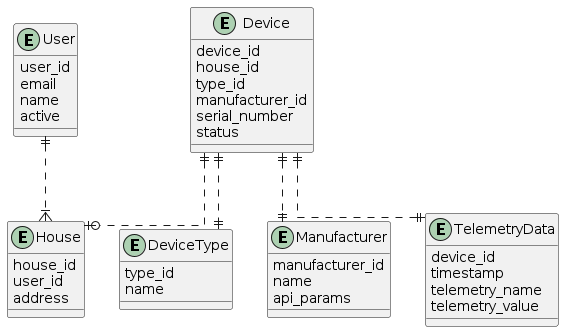
This is docs/er.png from TheDonrad/yap-architecture-sprint-3, a PlantUML export, as it was before one commit. Source of this version:
```plantuml
@startuml

skinparam linetype ortho

entity "User" as User {
  user_id
  email
  name
  active
}

entity "House" as House {
  house_id
  user_id
  address
}

entity "Device" as Device {
  device_id
  house_id
  type_id
  manufacturer_id
  serial_number
  status
}

entity "DeviceType" as DeviceType {
  type_id
  name
}


entity "Manufacturer" as Manufacturer {
  manufacturer_id
  name
  api_params
}


entity "TelemetryData" as TelemetryData {
  device_id
  timestamp
  telemetry_name
  telemetry_value
}

User ||..|{ House
Device ||..o| House
Device ||..|| DeviceType
Device ||..|| TelemetryData
Device ||..|| Manufacturer

@enduml
```
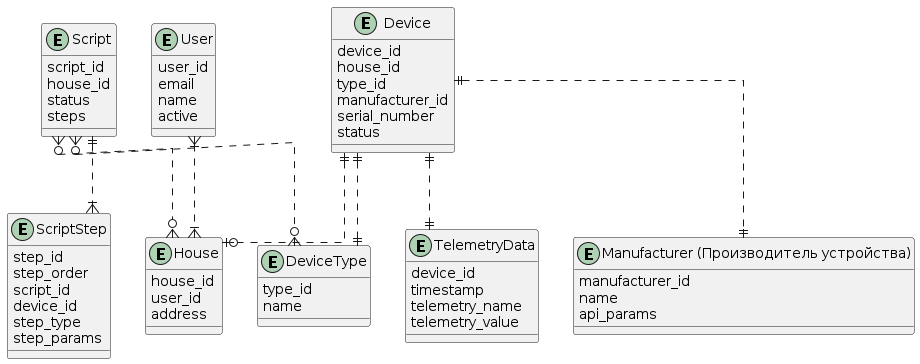
Later version of the same file.

The edit, as a diff of the source:
```diff
@@ -24,18 +24,33 @@
   status
 }
 
+
+entity "Script" as Script {
+  script_id
+  house_id
+  status
+  steps
+}
+
+entity "ScriptStep" as ScriptStep {
+  step_id
+  step_order
+  script_id
+  device_id
+  step_type
+  step_params
+}
+
 entity "DeviceType" as DeviceType {
   type_id
   name
 }
 
-
-entity "Manufacturer" as Manufacturer {
+entity "Manufacturer (Производитель устройства)" as Manufacturer {
   manufacturer_id
   name
   api_params
 }
-
 
 entity "TelemetryData" as TelemetryData {
   device_id
@@ -44,10 +59,13 @@
   telemetry_value
 }
 
-User ||..|{ House
+User }|..|{ House
 Device ||..o| House
 Device ||..|| DeviceType
 Device ||..|| TelemetryData
 Device ||..|| Manufacturer
+Script ||..|{ ScriptStep
+Script }o..o{ House
+Script }o..o{ DeviceType
 
 @enduml
```
